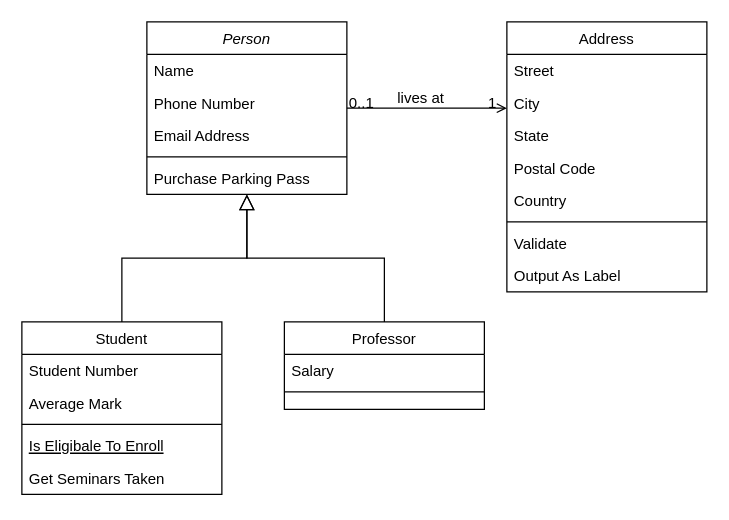
Before: Untitled Diagram.drawio in carlogonzalo/drawio, a draw.io diagram. Source tidied: cells renumbered, new cells numbered last; positions are measured from the earlier drawing's top-left corner, leaving out a move shared by most shapes. Both pictures are drawn from the tidied source at 125%, with x=0, y=0 at pixel (21, 21).
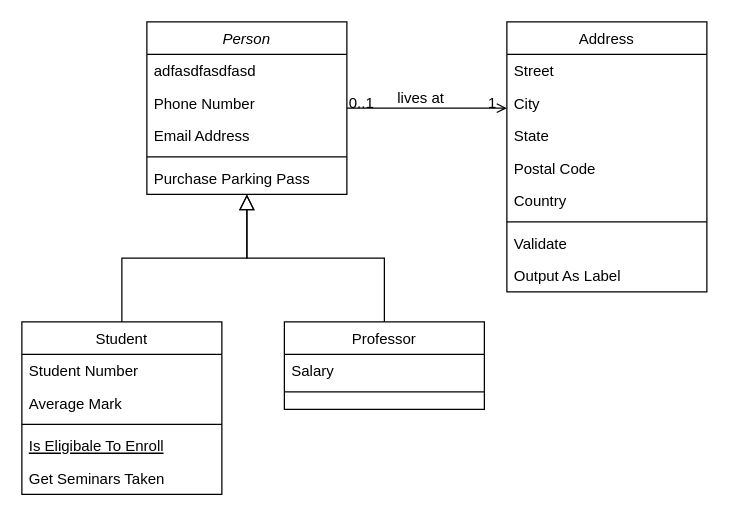
The same diagram, later.

The change refers to these unchanged cells:
```xml
<mxCell id="2" value="Person" style="swimlane;fontStyle=2;align=center;verticalAlign=top;horizontal=1;startSize=26;rounded=0;shadow=0;strokeWidth=1;" parent="1" vertex="1">
  <mxGeometry x="100" width="160" height="138" as="geometry" />
</mxCell>
```

Change to the diagram source:
```diff
@@
-    <mxCell id="3" value="Name" style="text;align=left;verticalAlign=top;spacingLeft=4;spacingRight=4;overflow=hidden;" parent="2" vertex="1">
+    <mxCell id="3" value="adfasdfasdfasd" style="text;align=left;verticalAlign=top;spacingLeft=4;spacingRight=4;overflow=hidden;" parent="2" vertex="1">
       <mxGeometry y="26" width="160" height="26" as="geometry" />
     </mxCell>
```
